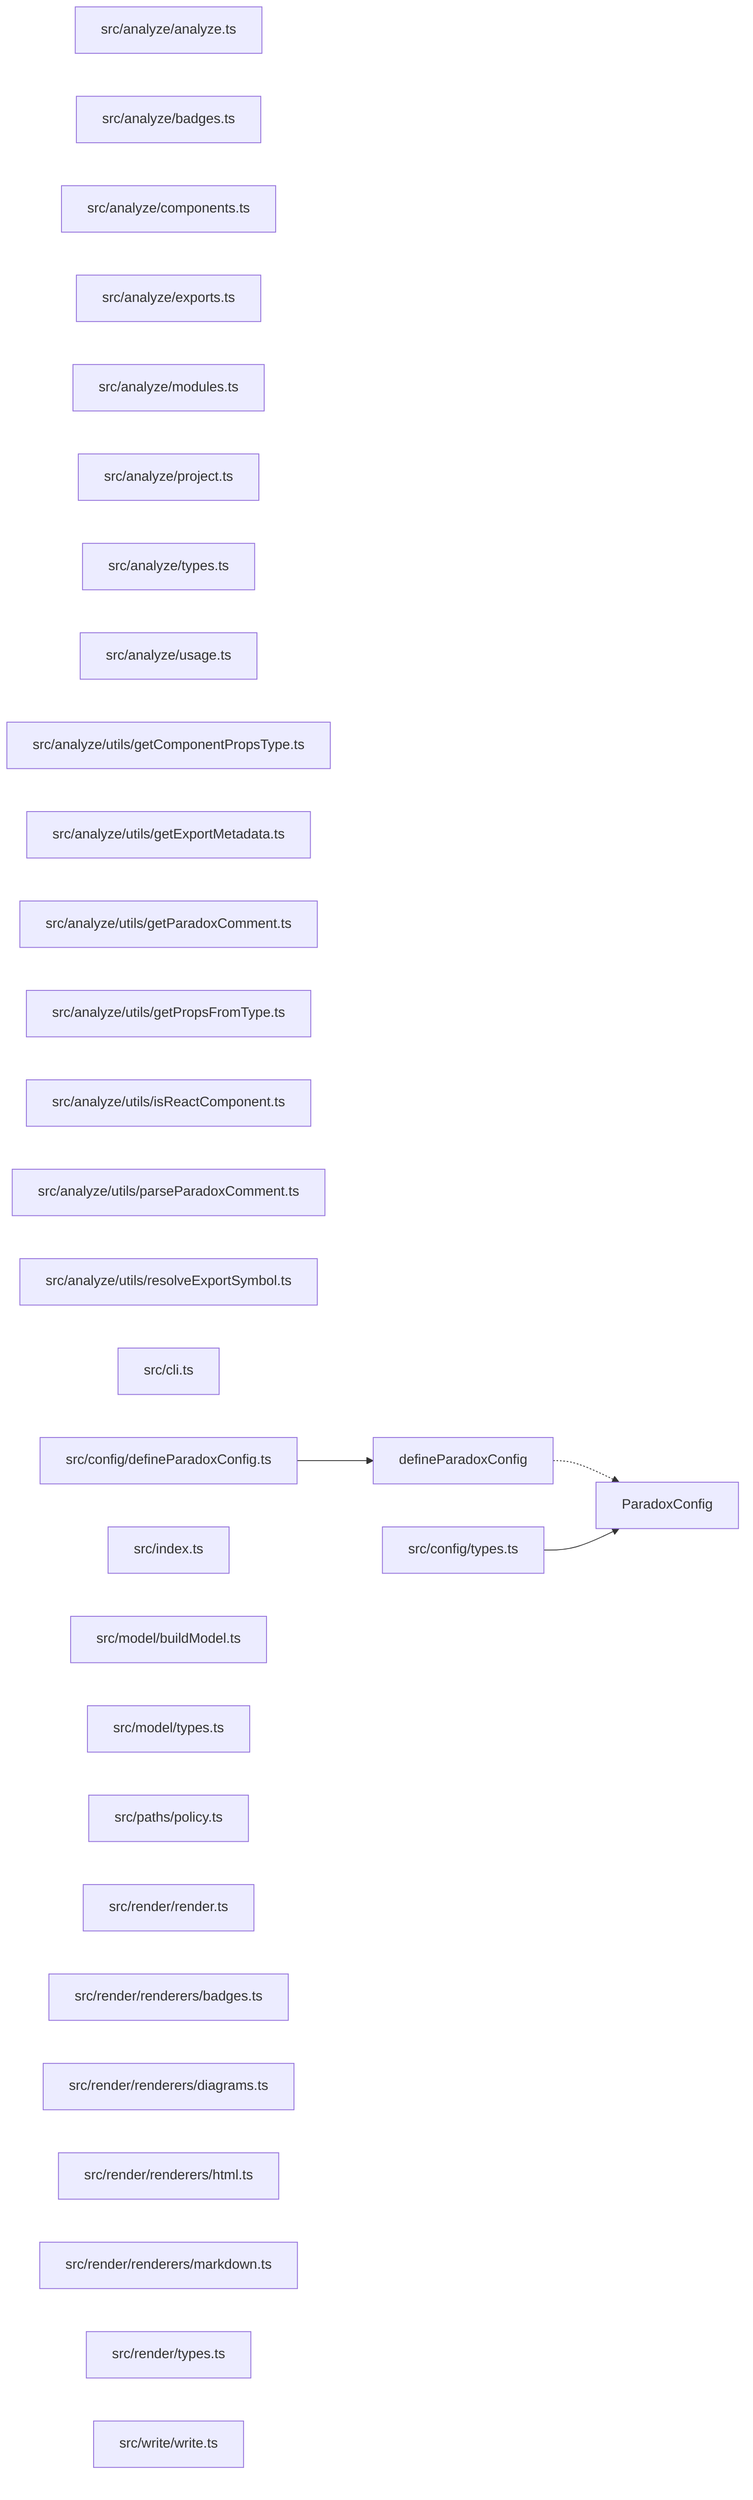
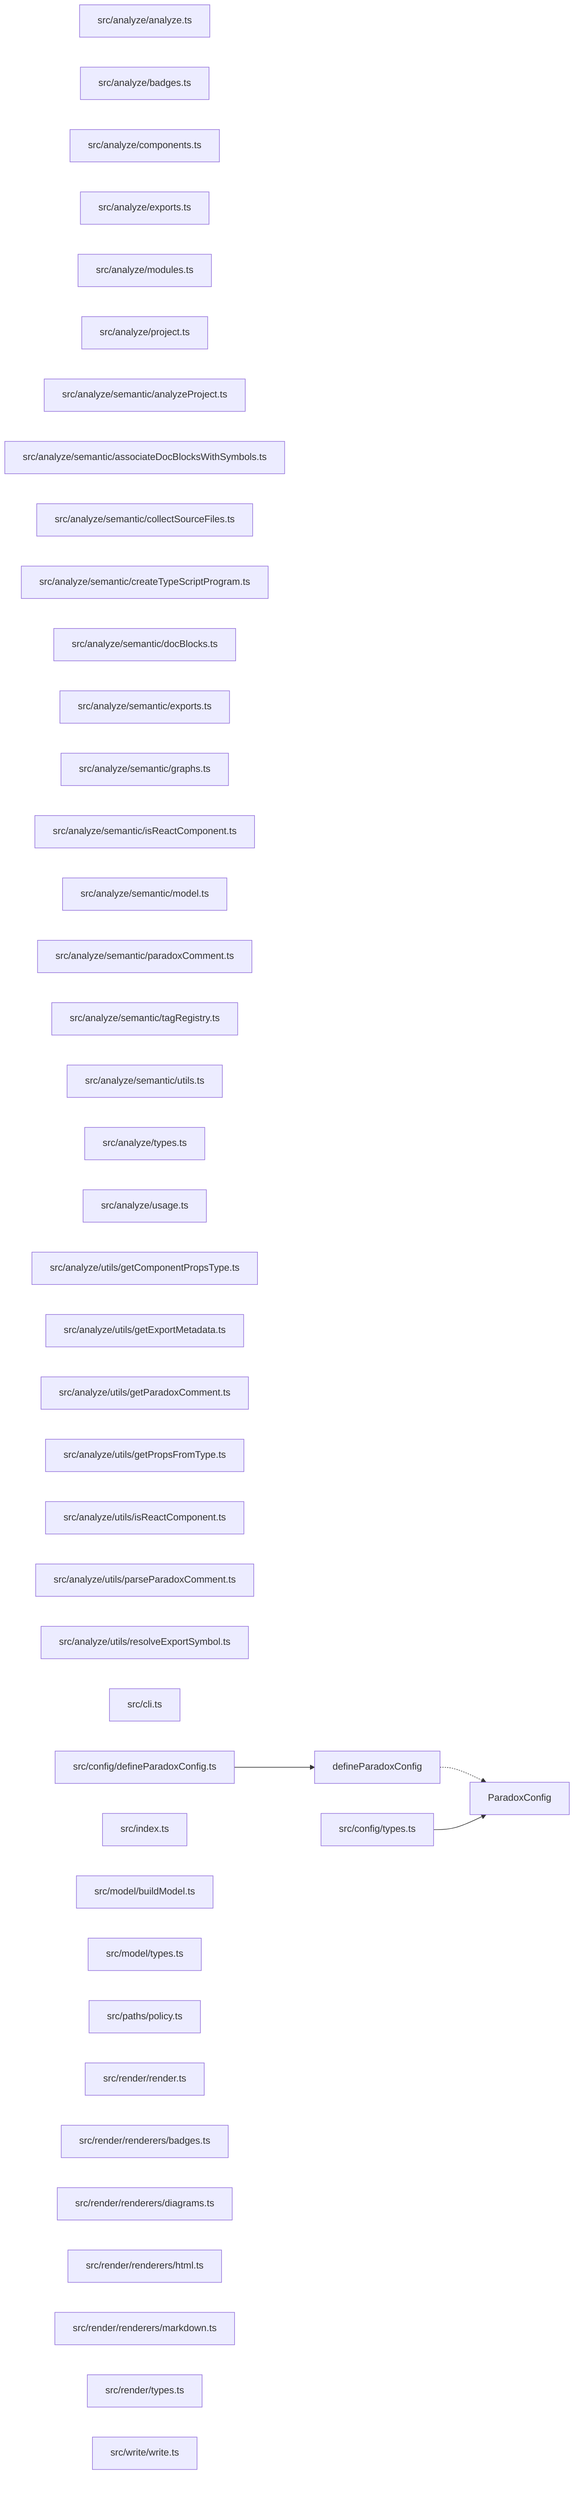
graph LR
  module_src_analyze_analyze_ts["src/analyze/analyze.ts"]
  module_src_analyze_badges_ts["src/analyze/badges.ts"]
  module_src_analyze_components_ts["src/analyze/components.ts"]
  module_src_analyze_exports_ts["src/analyze/exports.ts"]
  module_src_analyze_modules_ts["src/analyze/modules.ts"]
  module_src_analyze_project_ts["src/analyze/project.ts"]
+   module_src_analyze_semantic_analyzeProject_ts["src/analyze/semantic/analyzeProject.ts"]
+   module_src_analyze_semantic_associateDocBlocksWithSymbols_ts["src/analyze/semantic/associateDocBlocksWithSymbols.ts"]
+   module_src_analyze_semantic_collectSourceFiles_ts["src/analyze/semantic/collectSourceFiles.ts"]
+   module_src_analyze_semantic_createTypeScriptProgram_ts["src/analyze/semantic/createTypeScriptProgram.ts"]
+   module_src_analyze_semantic_docBlocks_ts["src/analyze/semantic/docBlocks.ts"]
+   module_src_analyze_semantic_exports_ts["src/analyze/semantic/exports.ts"]
+   module_src_analyze_semantic_graphs_ts["src/analyze/semantic/graphs.ts"]
+   module_src_analyze_semantic_isReactComponent_ts["src/analyze/semantic/isReactComponent.ts"]
+   module_src_analyze_semantic_model_ts["src/analyze/semantic/model.ts"]
+   module_src_analyze_semantic_paradoxComment_ts["src/analyze/semantic/paradoxComment.ts"]
+   module_src_analyze_semantic_tagRegistry_ts["src/analyze/semantic/tagRegistry.ts"]
+   module_src_analyze_semantic_utils_ts["src/analyze/semantic/utils.ts"]
  module_src_analyze_types_ts["src/analyze/types.ts"]
  module_src_analyze_usage_ts["src/analyze/usage.ts"]
  module_src_analyze_utils_getComponentPropsType_ts["src/analyze/utils/getComponentPropsType.ts"]
  module_src_analyze_utils_getExportMetadata_ts["src/analyze/utils/getExportMetadata.ts"]
  module_src_analyze_utils_getParadoxComment_ts["src/analyze/utils/getParadoxComment.ts"]
  module_src_analyze_utils_getPropsFromType_ts["src/analyze/utils/getPropsFromType.ts"]
  module_src_analyze_utils_isReactComponent_ts["src/analyze/utils/isReactComponent.ts"]
  module_src_analyze_utils_parseParadoxComment_ts["src/analyze/utils/parseParadoxComment.ts"]
  module_src_analyze_utils_resolveExportSymbol_ts["src/analyze/utils/resolveExportSymbol.ts"]
  module_src_cli_ts["src/cli.ts"]
  module_src_config_defineParadoxConfig_ts["src/config/defineParadoxConfig.ts"]
  module_src_config_types_ts["src/config/types.ts"]
  module_src_index_ts["src/index.ts"]
  module_src_model_buildModel_ts["src/model/buildModel.ts"]
  module_src_model_types_ts["src/model/types.ts"]
  module_src_paths_policy_ts["src/paths/policy.ts"]
  module_src_render_render_ts["src/render/render.ts"]
  module_src_render_renderers_badges_ts["src/render/renderers/badges.ts"]
  module_src_render_renderers_diagrams_ts["src/render/renderers/diagrams.ts"]
  module_src_render_renderers_html_ts["src/render/renderers/html.ts"]
  module_src_render_renderers_markdown_ts["src/render/renderers/markdown.ts"]
  module_src_render_types_ts["src/render/types.ts"]
  module_src_write_write_ts["src/write/write.ts"]
  export_defineParadoxConfig["defineParadoxConfig"]
  module_src_config_defineParadoxConfig_ts --> export_defineParadoxConfig
  export_defineParadoxConfig -.-> export_ParadoxConfig
  export_ParadoxConfig["ParadoxConfig"]
  module_src_config_types_ts --> export_ParadoxConfig
